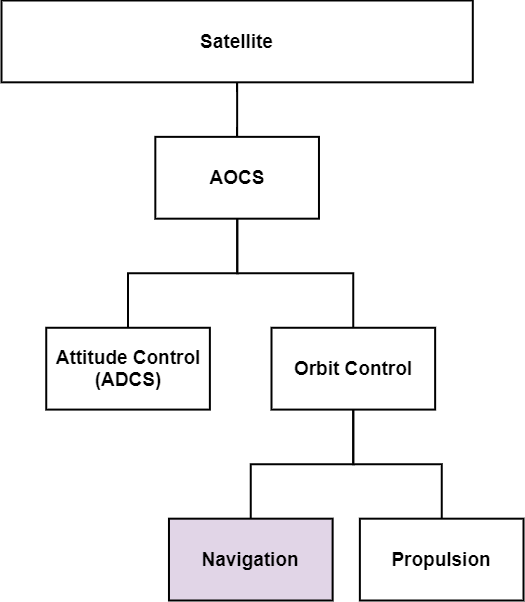
Axle-Axel/images keeps this draw.io diagram as AOCS Hierarchy.png. Above is the earlier version. Source tidied: cells renumbered, new cells last; positions are measured from the earlier drawing's top-left corner, leaving out a move shared by most shapes.
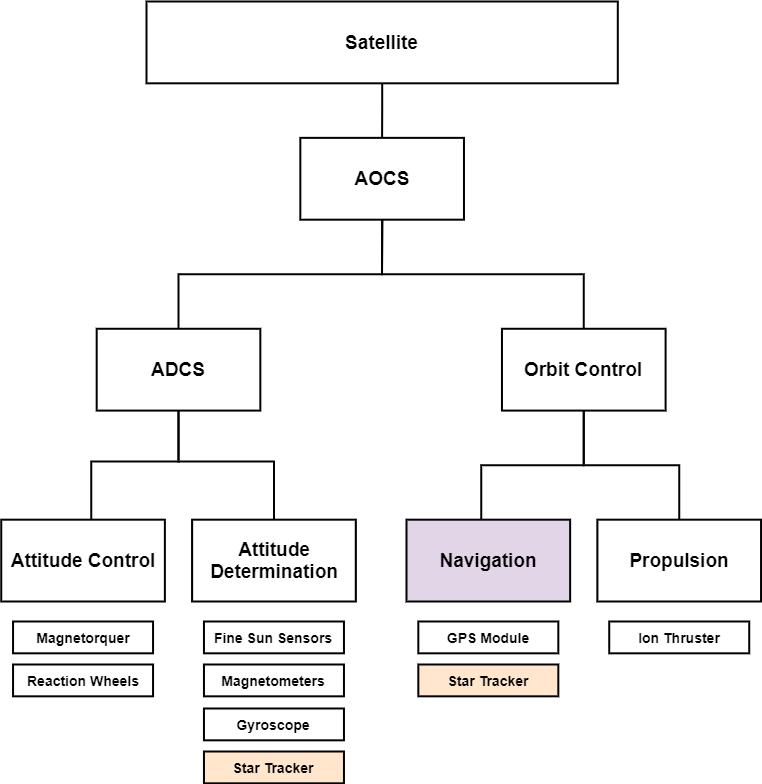
Above is the later version.

Change to the diagram source:
```diff
@@ -2,50 +2,102 @@
   <root>
     <mxCell id="0" />
     <mxCell id="1" parent="0" />
+    <mxCell id="17" value="&lt;font style=&quot;font-size: 14px;&quot;&gt;Magnetometers&lt;/font&gt;" style="rounded=0;whiteSpace=wrap;html=1;fontStyle=1;fontSize=14;perimeterSpacing=0;strokeWidth=2;" parent="1" vertex="1">
+      <mxGeometry x="97.5" y="663" width="140" height="31.8" as="geometry" />
+    </mxCell>
     <mxCell id="2" value="AOCS" style="rounded=0;whiteSpace=wrap;html=1;fontStyle=1;fontSize=19;perimeterSpacing=0;strokeWidth=2;" parent="1" vertex="1">
-      <mxGeometry x="153.8" y="136.4" width="163.6" height="81.8" as="geometry" />
+      <mxGeometry x="193.8" y="136.4" width="163.6" height="81.8" as="geometry" />
     </mxCell>
-    <mxCell id="3" value="Attitude Control&lt;br style=&quot;font-size: 19px;&quot;&gt;(ADCS)" style="rounded=0;whiteSpace=wrap;html=1;fontStyle=1;fontSize=19;perimeterSpacing=0;strokeWidth=2;" parent="1" vertex="1">
-      <mxGeometry x="44.7" y="327.3" width="163.6" height="81.8" as="geometry" />
+    <mxCell id="3" value="ADCS" style="rounded=0;whiteSpace=wrap;html=1;fontStyle=1;fontSize=19;perimeterSpacing=0;strokeWidth=2;" parent="1" vertex="1">
+      <mxGeometry x="-9.8" y="327.3" width="163.6" height="81.8" as="geometry" />
     </mxCell>
     <mxCell id="4" style="edgeStyle=orthogonalEdgeStyle;rounded=0;jettySize=auto;html=1;entryX=0.5;entryY=0;entryDx=0;entryDy=0;exitX=0.5;exitY=1;exitDx=0;exitDy=0;fontStyle=1;endArrow=none;endFill=0;strokeWidth=2;" parent="1" edge="1" source="2" target="3">
       <mxGeometry x="-600" y="-80" as="geometry" />
     </mxCell>
-    <mxCell id="5" value="Navigation" style="rounded=0;whiteSpace=wrap;html=1;strokeColor=#9673a6;glass=0;fillColor=#e1d5e7;fontStyle=1;fontSize=15;" parent="1" vertex="1">
-      <mxGeometry x="167.5" y="518.2" width="163.6" height="81.8" as="geometry" />
-    </mxCell>
     <mxCell id="6" style="edgeStyle=orthogonalEdgeStyle;rounded=0;jettySize=auto;html=1;fontStyle=1;endArrow=none;endFill=0;strokeWidth=2;" parent="1" edge="1" source="7" target="2">
-      <mxGeometry x="-600" y="-80" as="geometry" />
+      <mxGeometry x="-560" y="-80" as="geometry" />
     </mxCell>
     <mxCell id="7" value="Satellite" style="rounded=0;whiteSpace=wrap;html=1;fontStyle=1;fontSize=19;perimeterSpacing=0;strokeWidth=2;" parent="1" vertex="1">
-      <mxGeometry width="471.3" height="81.8" as="geometry" />
+      <mxGeometry x="40" width="471.3" height="81.8" as="geometry" />
     </mxCell>
     <mxCell id="8" value="Propulsion" style="rounded=0;whiteSpace=wrap;html=1;fontStyle=1;fontSize=15;" parent="1" vertex="1">
-      <mxGeometry x="358.4" y="518.2" width="163.6" height="81.8" as="geometry" />
+      <mxGeometry x="490.9" y="518.2" width="163.6" height="81.8" as="geometry" />
     </mxCell>
-    <mxCell id="9" style="edgeStyle=orthogonalEdgeStyle;rounded=0;jettySize=auto;html=1;entryX=0.5;entryY=0;entryDx=0;entryDy=0;fontStyle=1;endArrow=none;endFill=0;strokeWidth=2;" parent="1" edge="1" source="16" target="5">
-      <mxGeometry x="-600" y="-80" as="geometry" />
+    <mxCell id="9" style="edgeStyle=orthogonalEdgeStyle;rounded=0;jettySize=auto;html=1;entryX=0.5;entryY=0;entryDx=0;entryDy=0;fontStyle=1;endArrow=none;endFill=0;strokeWidth=2;exitX=0.5;exitY=1;exitDx=0;exitDy=0;" parent="1" edge="1" source="16">
+      <mxGeometry x="-474.5" y="-80" as="geometry">
+        <mxPoint x="374.7" y="518.2" as="targetPoint" />
+      </mxGeometry>
     </mxCell>
     <mxCell id="10" style="edgeStyle=orthogonalEdgeStyle;rounded=0;jettySize=auto;html=1;entryX=0.5;entryY=0;entryDx=0;entryDy=0;fontStyle=1;endArrow=none;endFill=0;strokeWidth=2;" parent="1" edge="1" source="16" target="8">
-      <mxGeometry x="-600" y="-80" as="geometry" />
+      <mxGeometry x="-474.5" y="-80" as="geometry" />
     </mxCell>
     <mxCell id="11" style="edgeStyle=orthogonalEdgeStyle;rounded=0;jettySize=auto;html=1;exitX=0.5;exitY=1;exitDx=0;exitDy=0;fontStyle=1;endArrow=none;endFill=0;strokeWidth=2;" parent="1" edge="1" source="2" target="16">
       <mxGeometry x="-600" y="-80" as="geometry" />
     </mxCell>
     <mxCell id="12" value="Propulsion" style="rounded=0;whiteSpace=wrap;html=1;fontStyle=1;fontSize=15;perimeterSpacing=5;" parent="1" vertex="1">
-      <mxGeometry x="358.4" y="518.2" width="163.6" height="81.8" as="geometry" />
+      <mxGeometry x="490.9" y="518.2" width="163.6" height="81.8" as="geometry" />
     </mxCell>
-    <mxCell id="13" value="Navigation" style="rounded=0;whiteSpace=wrap;html=1;strokeColor=#9673a6;glass=0;fillColor=#e1d5e7;fontStyle=1;fontSize=15;perimeterSpacing=5;" parent="1" vertex="1">
-      <mxGeometry x="167.5" y="518.2" width="163.6" height="81.8" as="geometry" />
-    </mxCell>
     <mxCell id="14" value="Propulsion" style="rounded=0;whiteSpace=wrap;html=1;fontStyle=1;fontSize=19;perimeterSpacing=0;strokeWidth=2;" parent="1" vertex="1">
-      <mxGeometry x="358.4" y="518.2" width="163.6" height="81.8" as="geometry" />
+      <mxGeometry x="490.9" y="518.2" width="163.6" height="81.8" as="geometry" />
     </mxCell>
     <mxCell id="15" value="Navigation" style="rounded=0;whiteSpace=wrap;html=1;glass=0;fillColor=#e1d5e7;fontStyle=1;fontSize=19;perimeterSpacing=0;strokeWidth=2;" parent="1" vertex="1">
-      <mxGeometry x="167.5" y="518.2" width="163.6" height="81.8" as="geometry" />
+      <mxGeometry x="300" y="518.2" width="163.6" height="81.8" as="geometry" />
     </mxCell>
     <mxCell id="16" value="Orbit Control" style="rounded=0;whiteSpace=wrap;html=1;fontStyle=1;fontSize=19;strokeWidth=2;" parent="1" vertex="1">
-      <mxGeometry x="270" y="327.3" width="163.6" height="81.8" as="geometry" />
+      <mxGeometry x="395.5" y="327.3" width="163.6" height="81.8" as="geometry" />
     </mxCell>
+    <mxCell id="18" value="&lt;font style=&quot;font-size: 14px&quot;&gt;Gyroscope&lt;/font&gt;" style="rounded=0;whiteSpace=wrap;html=1;fontStyle=1;fontSize=14;perimeterSpacing=0;strokeWidth=2;" parent="1" vertex="1">
+      <mxGeometry x="97.5" y="707" width="140" height="31.8" as="geometry" />
+    </mxCell>
+    <mxCell id="19" value="Magnetorquer" style="rounded=0;whiteSpace=wrap;html=1;fontStyle=1;fontSize=14;perimeterSpacing=0;strokeWidth=2;" parent="1" vertex="1">
+      <mxGeometry x="-93.4" y="620" width="140" height="31.8" as="geometry" />
+    </mxCell>
+    <mxCell id="20" value="&lt;font style=&quot;font-size: 14px&quot;&gt;Fine Sun Sensors&lt;/font&gt;" style="rounded=0;whiteSpace=wrap;html=1;fontStyle=1;fontSize=14;perimeterSpacing=0;strokeWidth=2;" parent="1" vertex="1">
+      <mxGeometry x="97.5" y="620" width="140" height="31.8" as="geometry" />
+    </mxCell>
+    <mxCell id="21" value="Reaction Wheels" style="rounded=0;whiteSpace=wrap;html=1;fontStyle=1;fontSize=14;perimeterSpacing=0;strokeWidth=2;" parent="1" vertex="1">
+      <mxGeometry x="-93.4" y="663" width="140" height="31.8" as="geometry" />
+    </mxCell>
+    <mxCell id="22" value="Ion Thruster" style="rounded=0;whiteSpace=wrap;html=1;fontStyle=1;fontSize=14;perimeterSpacing=0;strokeWidth=2;" parent="1" vertex="1">
+      <mxGeometry x="502.7" y="620" width="140" height="31.8" as="geometry" />
+    </mxCell>
+    <mxCell id="23" value="Star Tracker" style="rounded=0;whiteSpace=wrap;html=1;fontStyle=1;fontSize=14;perimeterSpacing=0;strokeWidth=2;fillColor=#ffe6cc;" parent="1" vertex="1">
+      <mxGeometry x="311.8" y="663" width="140" height="31.8" as="geometry" />
+    </mxCell>
+    <mxCell id="24" value="GPS Module" style="rounded=0;whiteSpace=wrap;html=1;fontStyle=1;fontSize=14;perimeterSpacing=0;strokeWidth=2;" parent="1" vertex="1">
+      <mxGeometry x="311.8" y="620" width="140" height="31.8" as="geometry" />
+    </mxCell>
+    <mxCell id="25" value="Propulsion" style="rounded=0;whiteSpace=wrap;html=1;fontStyle=1;fontSize=15;" parent="1" vertex="1">
+      <mxGeometry x="85.6" y="518.2" width="163.6" height="81.8" as="geometry" />
+    </mxCell>
+    <mxCell id="26" style="edgeStyle=orthogonalEdgeStyle;rounded=0;jettySize=auto;html=1;entryX=0.5;entryY=0;entryDx=0;entryDy=0;fontStyle=1;endArrow=none;endFill=0;strokeWidth=2;exitX=0.5;exitY=1;exitDx=0;exitDy=0;" parent="1" edge="1" source="3">
+      <mxGeometry x="-864.5" y="-49.1" as="geometry">
+        <mxPoint x="-15.3" y="549.1" as="targetPoint" />
+        <Array as="points">
+          <mxPoint x="72" y="460" />
+          <mxPoint x="-15" y="460" />
+        </Array>
+      </mxGeometry>
+    </mxCell>
+    <mxCell id="27" style="edgeStyle=orthogonalEdgeStyle;rounded=0;jettySize=auto;html=1;entryX=0.5;entryY=0;entryDx=0;entryDy=0;fontStyle=1;endArrow=none;endFill=0;strokeWidth=2;exitX=0.5;exitY=1;exitDx=0;exitDy=0;" parent="1" edge="1" source="3" target="25">
+      <mxGeometry x="-864.5" y="-49.1" as="geometry">
+        <Array as="points">
+          <mxPoint x="72" y="460" />
+          <mxPoint x="167" y="460" />
+        </Array>
+      </mxGeometry>
+    </mxCell>
+    <mxCell id="28" value="Propulsion" style="rounded=0;whiteSpace=wrap;html=1;fontStyle=1;fontSize=15;perimeterSpacing=5;" parent="1" vertex="1">
+      <mxGeometry x="85.6" y="518.2" width="163.6" height="81.8" as="geometry" />
+    </mxCell>
+    <mxCell id="29" value="Attitude Determination" style="rounded=0;whiteSpace=wrap;html=1;fontStyle=1;fontSize=19;perimeterSpacing=0;strokeWidth=2;" parent="1" vertex="1">
+      <mxGeometry x="85.6" y="518.2" width="163.6" height="81.8" as="geometry" />
+    </mxCell>
+    <mxCell id="30" value="Attitude Control" style="rounded=0;whiteSpace=wrap;html=1;glass=0;fontStyle=1;fontSize=19;perimeterSpacing=0;strokeWidth=2;" parent="1" vertex="1">
+      <mxGeometry x="-105.3" y="518.2" width="163.6" height="81.8" as="geometry" />
+    </mxCell>
+    <mxCell id="31" value="Star Tracker" style="rounded=0;whiteSpace=wrap;html=1;fontStyle=1;fontSize=14;perimeterSpacing=0;strokeWidth=2;fillColor=#ffe6cc;" parent="1" vertex="1">
+      <mxGeometry x="97.5" y="750" width="140" height="31.8" as="geometry" />
+    </mxCell>
   </root>
 </mxGraphModel>
```
